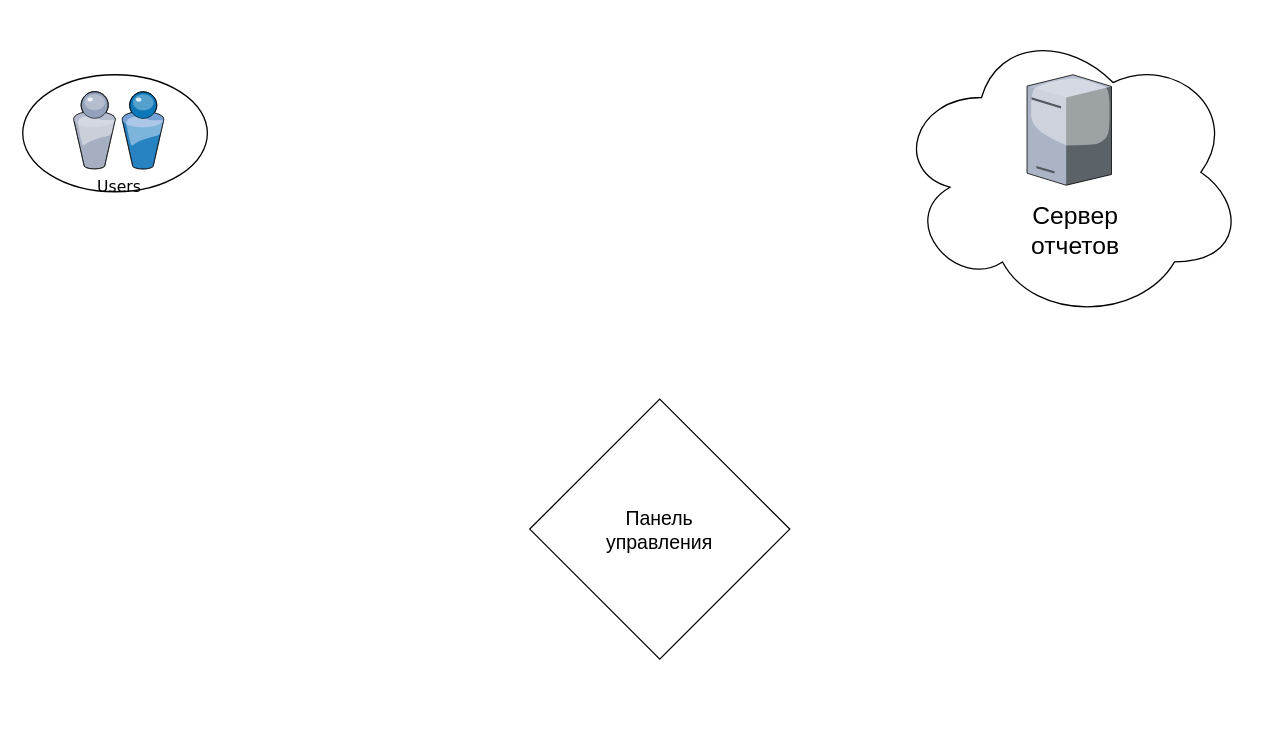
TuneApple/BACKEND keeps this draw.io diagram as source/Диаграмма без названия.drawio. Above is the earlier version. Source tidied: cells renumbered, new cells numbered last; positions are measured from the earlier drawing's top-left corner, leaving out a move shared by most shapes. Both pictures are drawn from the tidied source at 130%, with x=0, y=0 at pixel (22, 22).
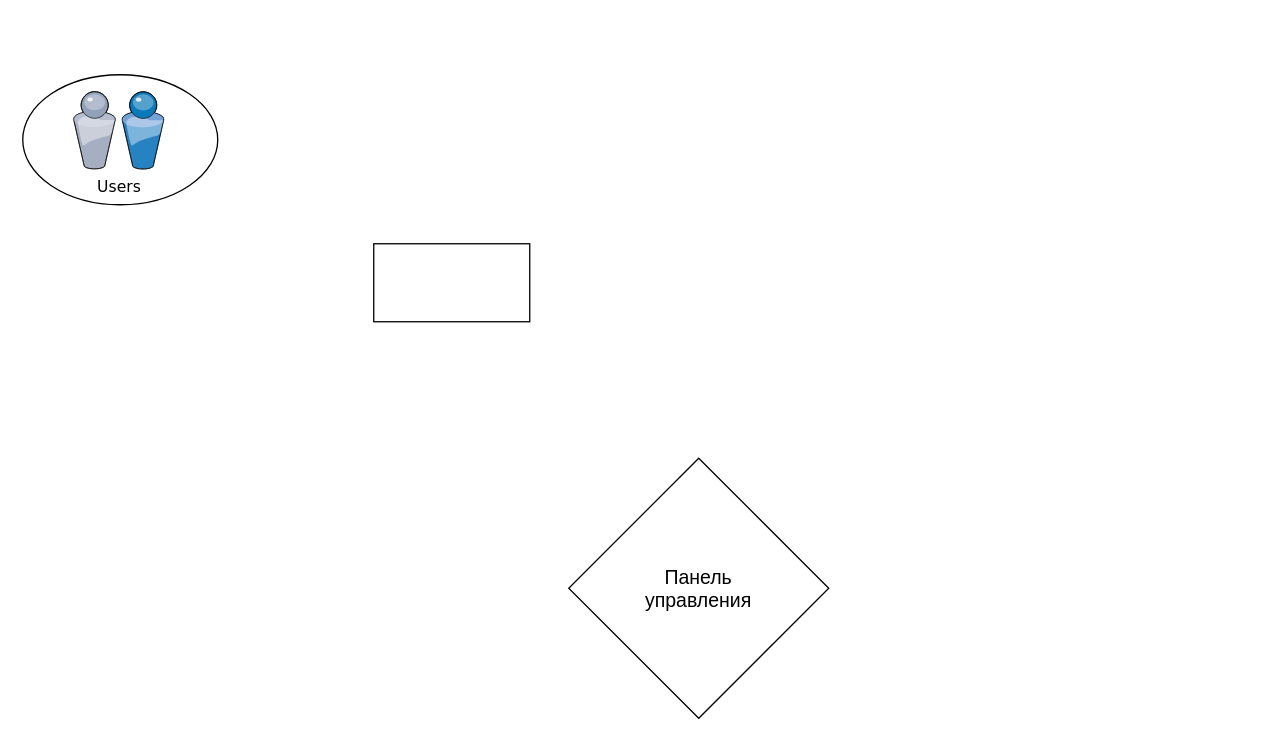
The same page after the edit.

Diff of the diagram source:
```diff
@@
 <mxGraphModel>
   <root>
     <mxCell id="0" />
     <mxCell id="1" parent="0" />
     <mxCell id="2" style="ellipse;whiteSpace=wrap;html=1;rounded=0;shadow=0;comic=0;strokeWidth=1;fontFamily=Verdana;" parent="1" vertex="1">
-      <mxGeometry y="40" width="142" height="90" as="geometry" />
+      <mxGeometry y="40" width="150" height="100" as="geometry" />
     </mxCell>
     <mxCell id="3" value="Users" style="verticalLabelPosition=bottom;html=1;verticalAlign=top;strokeColor=none;shape=mxgraph.citrix.users;rounded=0;shadow=0;comic=0;fontFamily=Verdana;" parent="1" vertex="1">
       <mxGeometry x="38.8" y="53" width="69.8" height="59.5" as="geometry" />
     </mxCell>
     <mxCell id="4" style="rhombus;whiteSpace=wrap;html=1;" parent="1" vertex="1">
-      <mxGeometry x="390" y="289.5" width="200" height="200" as="geometry" />
+      <mxGeometry x="420" y="335" width="200" height="200" as="geometry" />
     </mxCell>
     <mxCell id="5" value="&lt;font style=&quot;font-size: 15px;&quot;&gt;Панель&lt;br&gt;управления&lt;/font&gt;" style="text;html=1;strokeColor=none;fillColor=none;align=center;verticalAlign=middle;whiteSpace=wrap;rounded=0;strokeWidth=7;" parent="1" vertex="1">
-      <mxGeometry x="430" y="374.5" width="120" height="30" as="geometry" />
+      <mxGeometry x="460" y="420" width="120" height="30" as="geometry" />
     </mxCell>
-    <mxCell id="6" style="ellipse;shape=cloud;whiteSpace=wrap;html=1;strokeWidth=1;fontSize=15;" parent="1" vertex="1">
-      <mxGeometry x="670" width="270" height="230" as="geometry" />
-    </mxCell>
-    <mxCell id="7" style="verticalLabelPosition=bottom;html=1;verticalAlign=top;strokeColor=none;shape=mxgraph.citrix.tower_server;rounded=0;shadow=0;comic=0;fontFamily=Verdana;" parent="1" vertex="1">
-      <mxGeometry x="772.5" y="40" width="65" height="85" as="geometry" />
-    </mxCell>
-    <mxCell id="8" value="&lt;font style=&quot;font-size: 19px;&quot;&gt;Сервер&lt;br&gt;отчетов&lt;/font&gt;" style="text;html=1;strokeColor=none;fillColor=none;align=center;verticalAlign=middle;whiteSpace=wrap;rounded=0;strokeWidth=1;fontSize=15;" parent="1" vertex="1">
-      <mxGeometry x="740" y="140" width="140" height="40" as="geometry" />
-    </mxCell>
+    <mxCell id="9" style="rounded=0;whiteSpace=wrap;html=1;strokeWidth=1;fontSize=19;" parent="1" vertex="1">
+      <mxGeometry x="270" y="170" width="120" height="60" as="geometry" />
+    </mxCell>
   </root>
 </mxGraphModel>
```
